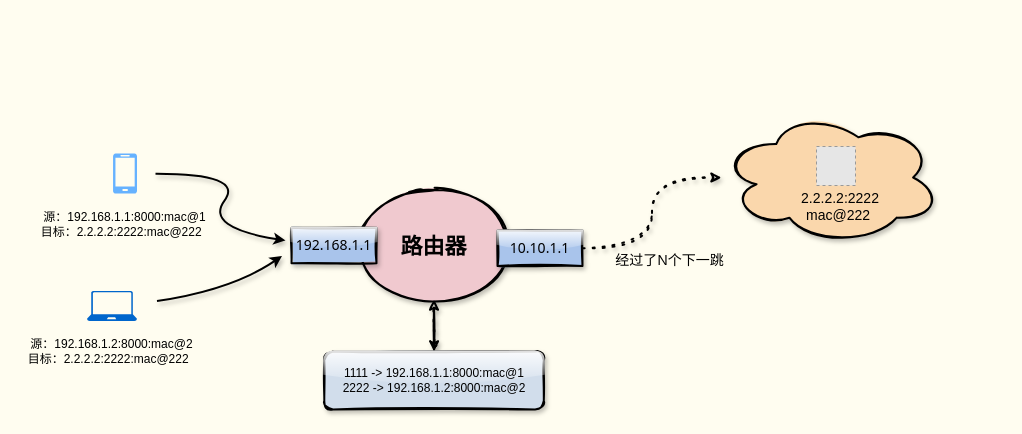
boxtsecond/draw keeps this draw.io diagram as pictures/负载均衡/lvs_snat.drawio. Above is the earlier version. Source tidied: cells renumbered, new cells numbered last; positions are measured from the earlier drawing's top-left corner, leaving out a move shared by most shapes. Both pictures are drawn from the tidied source at 100%, with x=0, y=0 at pixel (21, 110). Pictures stored in the file or linked from it are replaced by grey dashed boxes.
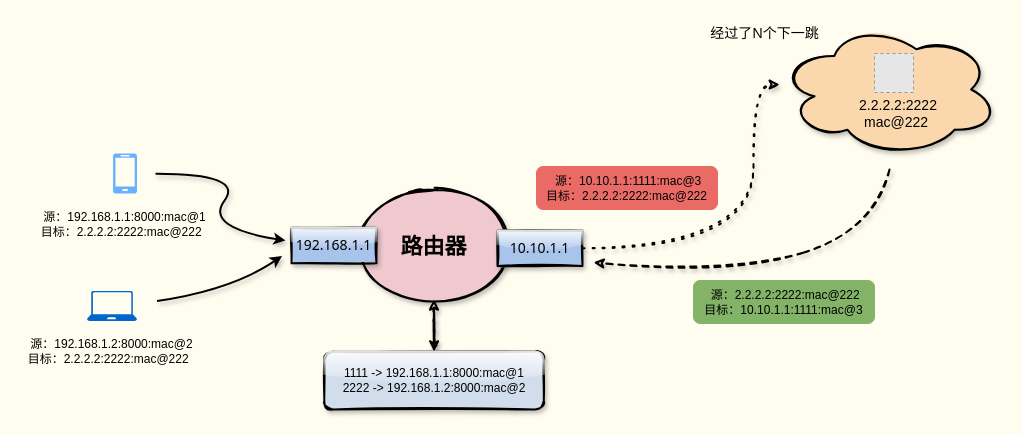
The same diagram, later.

The change refers to these unchanged cells:
```xml
<mxCell id="13" value="10.10.1.1" style="rounded=0;whiteSpace=wrap;html=1;shadow=1;glass=1;sketch=1;strokeColor=#000000;strokeWidth=2;fontFamily=Tahoma;fontSize=14;fillStyle=solid;fillColor=#A9C4EB;" parent="1" vertex="1">
  <mxGeometry x="476" y="120" width="85" height="35.5" as="geometry" />
</mxCell>
```

The edit, as a diff of the source:
```diff
@@
     <mxCell id="8" value="&lt;div style=&quot;font-family: &amp;#34;helvetica&amp;#34; ; font-size: 14px&quot;&gt;&lt;br&gt;&lt;/div&gt;" style="ellipse;shape=cloud;whiteSpace=wrap;html=1;shadow=1;strokeWidth=2;glass=0;sketch=1;fillWeight=-1;hachureGap=8;fillStyle=solid;fillColor=#fad7ac;" parent="1" vertex="1">
-      <mxGeometry x="700" width="219" height="134" as="geometry" />
+      <mxGeometry x="758" y="-88" width="219" height="134" as="geometry" />
     </mxCell>
@@
     <mxCell id="12" style="edgeStyle=orthogonalEdgeStyle;curved=1;sketch=1;jettySize=auto;html=1;shadow=1;strokeWidth=2;fontFamily=Tahoma;fontSize=14;dashed=1;dashPattern=1 4;" parent="1" edge="1" source="13" target="8">
-      <mxGeometry relative="1" as="geometry" />
+      <mxGeometry relative="1" as="geometry">
+        <Array as="points">
+          <mxPoint x="732" y="138" />
+          <mxPoint x="732" y="-26" />
+        </Array>
+      </mxGeometry>
     </mxCell>
@@
     <mxCell id="14" value="经过了N个下一跳&lt;br&gt;" style="text;html=1;align=center;verticalAlign=middle;fontSize=14;fontFamily=Tahoma;" parent="1" vertex="1">
-      <mxGeometry x="589" y="139" width="117" height="21" as="geometry" />
+      <mxGeometry x="684" y="-88" width="117" height="21" as="geometry" />
     </mxCell>
@@
     <mxCell id="16" value="&lt;div style=&quot;font-family: &amp;#34;helvetica&amp;#34;&quot;&gt;2.2.2.2:2222&lt;/div&gt;&lt;div style=&quot;font-family: &amp;#34;helvetica&amp;#34;&quot;&gt;mac@222&amp;nbsp;&lt;/div&gt;" style="text;html=1;strokeColor=none;fillColor=none;align=center;verticalAlign=middle;whiteSpace=wrap;rounded=0;shadow=0;glass=0;sketch=0;fontFamily=Tahoma;fontSize=14;" parent="1" vertex="1">
-      <mxGeometry x="799" y="87" width="40" height="17" as="geometry" />
+      <mxGeometry x="857" y="-6" width="40" height="17" as="geometry" />
     </mxCell>
     <mxCell id="17" style="fillColor=#E6E6E6;strokeColor=#999999;dashed=1;html=1;verticalAlign=top;verticalLabelPosition=bottom;labelBackgroundColor=#ffffff;fontFamily=Tahoma;fontSize=14;" parent="1" vertex="1">
-      <mxGeometry x="795" y="36" width="39" height="39" as="geometry" />
+      <mxGeometry x="853" y="-57" width="39" height="39" as="geometry" />
     </mxCell>
@@
+    <mxCell id="20" value="&amp;nbsp;源：10.10.1.1:1111:mac@3&lt;br&gt;目标：2.2.2.2:2222:mac@222" style="rounded=1;whiteSpace=wrap;html=1;fillColor=#EA6B66;strokeColor=#EA6B66;" parent="1" vertex="1">
+      <mxGeometry x="515" y="56" width="181" height="43" as="geometry" />
+    </mxCell>
+    <mxCell id="21" style="curved=1;endArrow=classic;html=1;strokeWidth=2;dashed=1;shadow=1;sketch=1;" parent="1" edge="1">
+      <mxGeometry relative="1" as="geometry">
+        <mxPoint x="868" y="59" as="sourcePoint" />
+        <mxPoint x="572" y="152" as="targetPoint" />
+        <Array as="points">
+          <mxPoint x="853" y="120" />
+          <mxPoint x="710" y="164.5" />
+        </Array>
+      </mxGeometry>
+    </mxCell>
+    <mxCell id="22" value="&amp;nbsp;源：2.2.2.2:2222:mac@222&lt;br&gt;目标：10.10.1.1:1111:mac@3" style="rounded=1;whiteSpace=wrap;html=1;strokeColor=#82b366;fillColor=#82B366;" parent="1" vertex="1">
+      <mxGeometry x="672" y="170" width="181" height="43" as="geometry" />
+    </mxCell>
```
